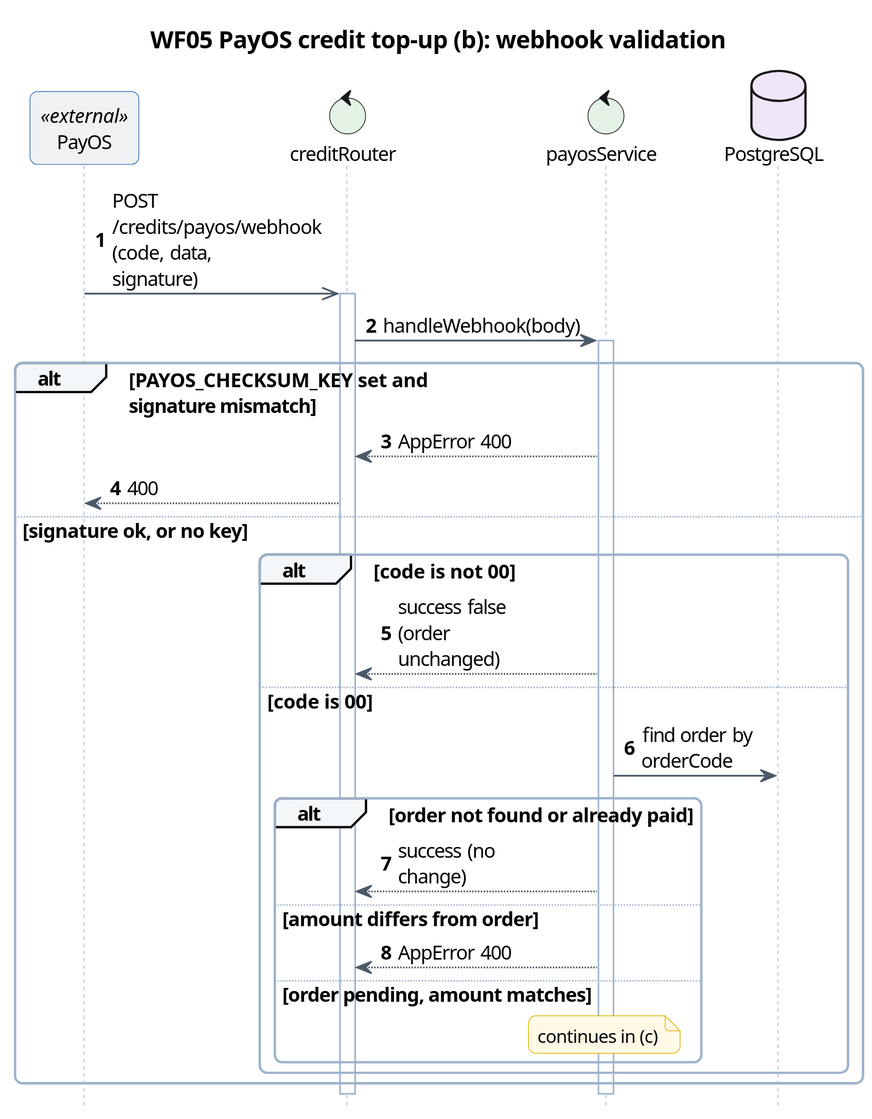
Before: docs/diagrams/report4/R4_WF05_Seq_b.svg, a diagram exported from PlantUML (Khoa-Hoa-Technology-Solution-Company/lumi-gap). Its diagram source:
```plantuml
@startuml
skinparam dpi 200
skinparam defaultFontName "Segoe UI"
skinparam defaultFontSize 13
skinparam shadowing false
skinparam roundCorner 10
skinparam ArrowColor #4A5A6A
skinparam ArrowThickness 1.2
skinparam BorderColor #2F6DB5
skinparam BackgroundColor #FFFFFF
skinparam TitleFontSize 16
skinparam TitleFontStyle bold
skinparam usecase {
  BackgroundColor #EAF2FB
  BorderColor #2F6DB5
}
skinparam actor {
  BackgroundColor #FFFFFF
  BorderColor #1B2A3A
}
skinparam class {
  BackgroundColor #F7FAFD
  BorderColor #2F6DB5
  HeaderBackgroundColor #DCE8F6
}
skinparam state {
  BackgroundColor #EAF2FB
  BorderColor #2F6DB5
}
skinparam activity {
  BackgroundColor #EAF2FB
  BorderColor #2F6DB5
  DiamondBackgroundColor #FFF4E5
}
skinparam swimlane {
  BorderColor #9DB3CC
  TitleBackgroundColor #DCE8F6
}
skinparam sequence {
  ParticipantBackgroundColor #EAF2FB
  ParticipantBorderColor #2F6DB5
  LifeLineBorderColor #9DB3CC
  GroupBackgroundColor #F4F7FA
}
skinparam package {
  BackgroundColor #F7F9FC
  BorderColor #9DB3CC
}
skinparam note {
  BackgroundColor #FFF9E5
  BorderColor #E0B200
}
skinparam entity {
  BackgroundColor #F7FAFD
  BorderColor #2F6DB5
}
skinparam rectangle {
  BackgroundColor #F7F9FC
  BorderColor #2F6DB5
}
skinparam maxMessageSize 100
skinparam ParticipantPadding 0
skinparam BoxPadding 2
skinparam sequenceMessageAlign left
skinparam responseMessageBelowArrow true
skinparam SequenceGroupBodyBackgroundColor transparent
skinparam SequenceGroupBackgroundColor #F4F7FA
skinparam SequenceDividerBackgroundColor #DCE8F6
skinparam NoteFontSize 12
hide footbox
autonumber
title WF05 PayOS credit top-up (b): webhook validation
participant "PayOS" as PO <<external>> #F0F1F3
control "creditRouter" as R #E3F2E5
control "payosService" as P #E3F2E5
database "PostgreSQL" as DB #EFE6F8
PO ->> R : POST /credits/payos/webhook\n(code, data, signature)
activate R
R -> P : handleWebhook(body)
activate P
alt PAYOS_CHECKSUM_KEY set and\nsignature mismatch
  P --> R : AppError 400
  R --> PO : 400
else signature ok, or no key
  alt code is not 00
    P --> R : success false\n(order unchanged)
  else code is 00
    P -> DB : find order by orderCode
    alt order not found or already paid
      P --> R : success (no change)
    else amount differs from order
      P --> R : AppError 400
    else order pending, amount matches
      note over P : continues in (c)
    end
  end
end
deactivate P
deactivate R
@enduml
```
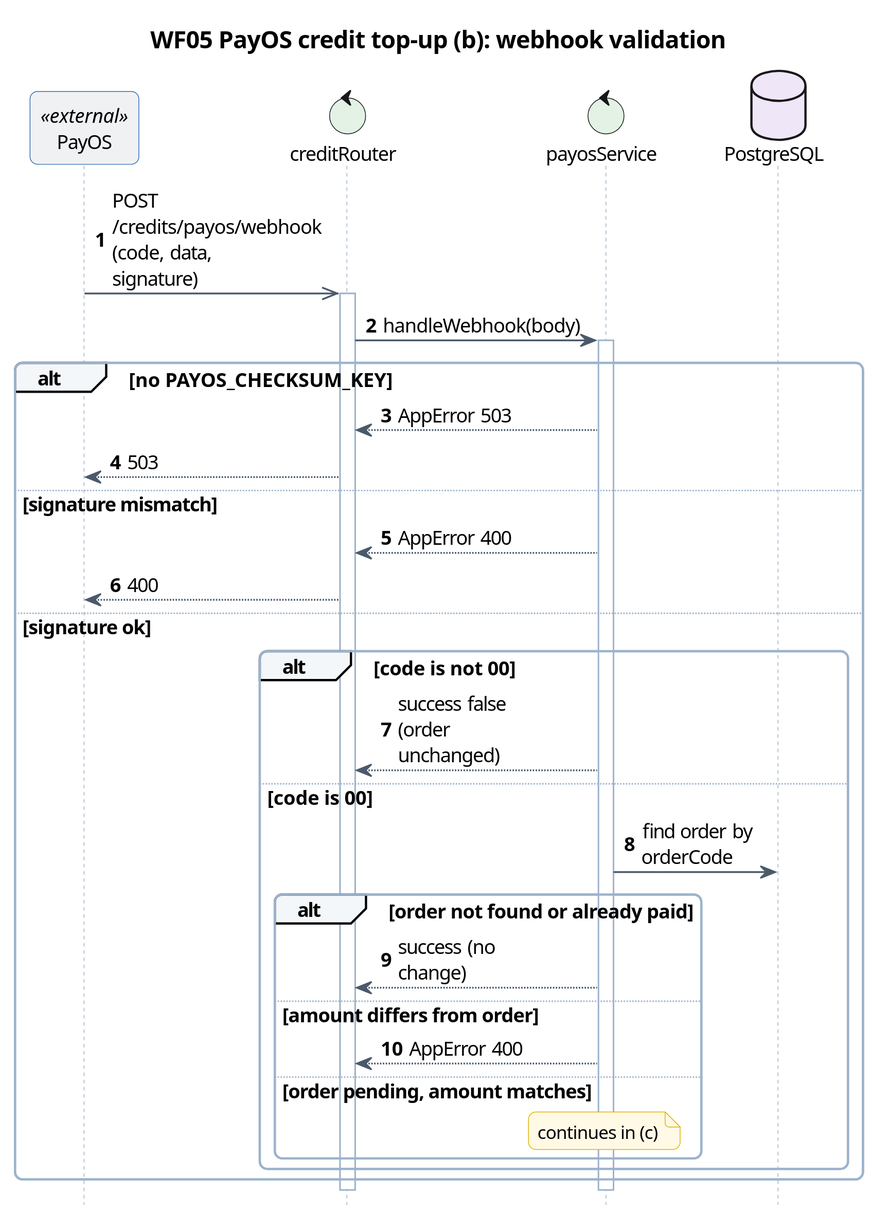
The same diagram one commit later.

Diff of the diagram source:
```diff
@@ -78,10 +78,13 @@
 activate R
 R -> P : handleWebhook(body)
 activate P
-alt PAYOS_CHECKSUM_KEY set and\nsignature mismatch
+alt no PAYOS_CHECKSUM_KEY
+  P --> R : AppError 503
+  R --> PO : 503
+else signature mismatch
   P --> R : AppError 400
   R --> PO : 400
-else signature ok, or no key
+else signature ok
   alt code is not 00
     P --> R : success false\n(order unchanged)
   else code is 00
```
